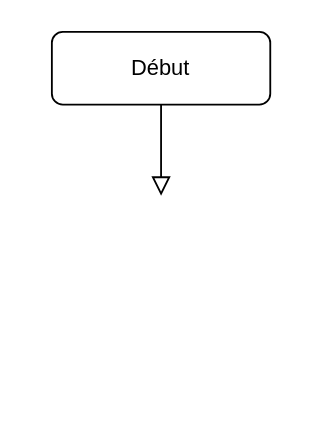
The draw.io diagram Graphiques/Fonctions/CheckArgs.drawio in DimitriObeid/Linux-reinstall, before the edit. Source tidied: cells renumbered, new cells numbered last; positions are measured from the earlier drawing's top-left corner, leaving out a move shared by most shapes. Both pictures are drawn from the tidied source at 182%, with x=0, y=0 at pixel (51, 31).
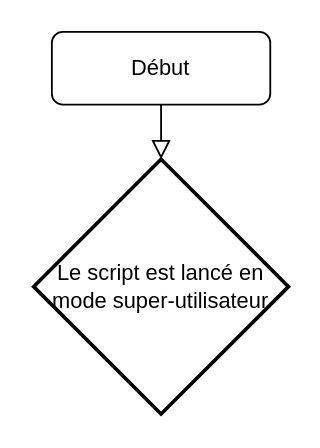
Above is the later version.

What changed in the source:
```diff
@@
 <mxGraphModel>
   <root>
     <mxCell id="0" />
     <mxCell id="1" parent="0" />
-    <mxCell id="2" style="rounded=0;html=1;jettySize=auto;fontSize=11;endArrow=block;endFill=0;endSize=8;strokeWidth=1;shadow=0;labelBackgroundColor=none;edgeStyle=orthogonalEdgeStyle;" parent="1" edge="1" source="3">
-      <mxGeometry relative="1" as="geometry">
-        <mxPoint x="60" y="90" as="targetPoint" />
-      </mxGeometry>
+    <mxCell id="2" style="rounded=0;html=1;jettySize=auto;fontSize=11;endArrow=block;endFill=0;endSize=8;strokeWidth=1;shadow=0;labelBackgroundColor=none;edgeStyle=orthogonalEdgeStyle;entryX=0.5;entryY=0;entryDx=0;entryDy=0;entryPerimeter=0;" parent="1" edge="1" source="3" target="4">
+      <mxGeometry relative="1" as="geometry" />
     </mxCell>
     <mxCell id="3" value="Début" style="rounded=1;whiteSpace=wrap;html=1;fontSize=12;glass=0;strokeWidth=1;shadow=0;" parent="1" vertex="1">
       <mxGeometry width="120" height="40" as="geometry" />
     </mxCell>
+    <mxCell id="4" value="Le script est&amp;nbsp;lancé en mode super-utilisateur" style="strokeWidth=2;html=1;shape=mxgraph.flowchart.decision;whiteSpace=wrap;" parent="1" vertex="1">
+      <mxGeometry x="-10" y="70" width="140" height="140" as="geometry" />
+    </mxCell>
   </root>
 </mxGraphModel>
```
